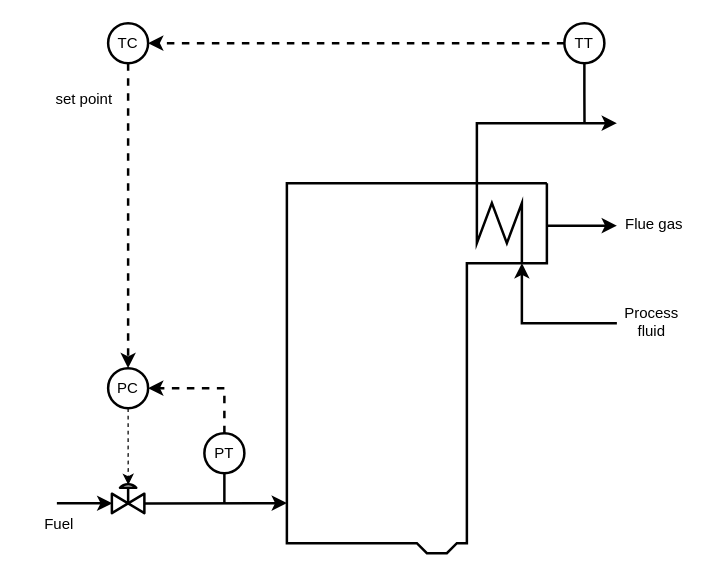
The draw.io diagram page "furnace-temperature-cascade-control" (11 of 15) of assets/images/cascade-control.drawio in rputikar/advanced-modeling-and-control, before the edit. Source tidied: cells renumbered, new cells numbered last; positions are measured from the earlier drawing's top-left corner, leaving out a move shared by most shapes. Both pictures are drawn from the tidied source at 125%, with x=0, y=0 at pixel (21, 22).
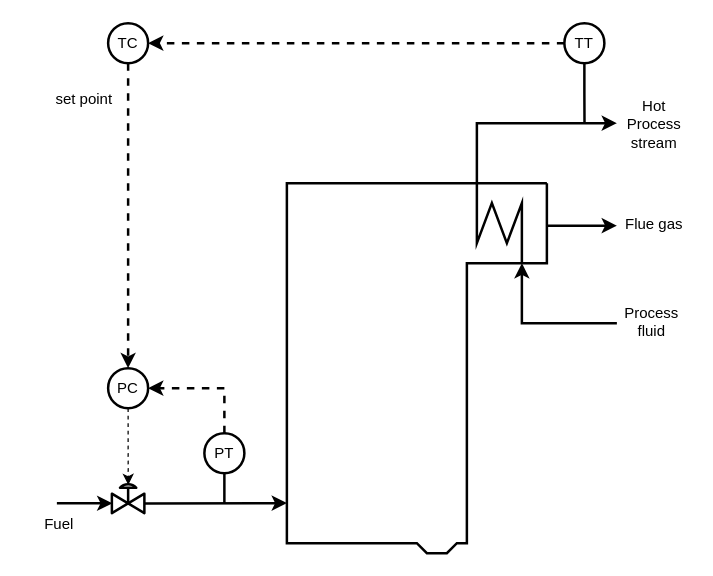
The same diagram, later.

Diff of the diagram source:
```diff
@@
+    <mxCell id="24" value="Hot Process stream" style="text;html=1;strokeColor=none;fillColor=none;align=center;verticalAlign=middle;whiteSpace=wrap;rounded=0;fontSize=12;fontFamily=IBM Plex sans;fontColor=default;strokeWidth=2;" parent="1" vertex="1">
+      <mxGeometry x="476" y="66" width="60" height="30" as="geometry" />
+    </mxCell>
```
